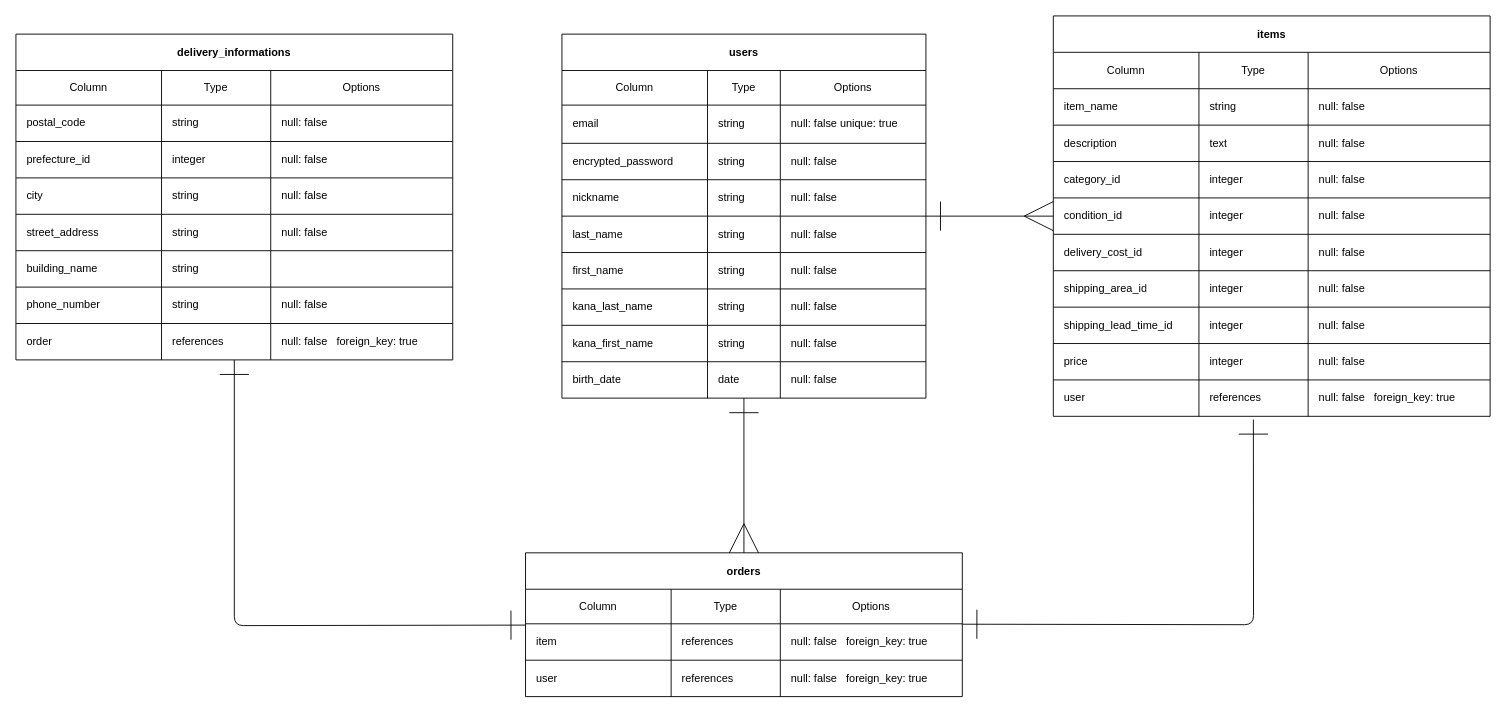
Before: ER.dio in rkmr17/furima-39418, a draw.io diagram. Source tidied: cells renumbered, new cells numbered last; positions are measured from the earlier drawing's top-left corner, leaving out a move shared by most shapes. Both pictures are drawn from the tidied source at 91%, with x=0, y=0 at pixel (15, 15).
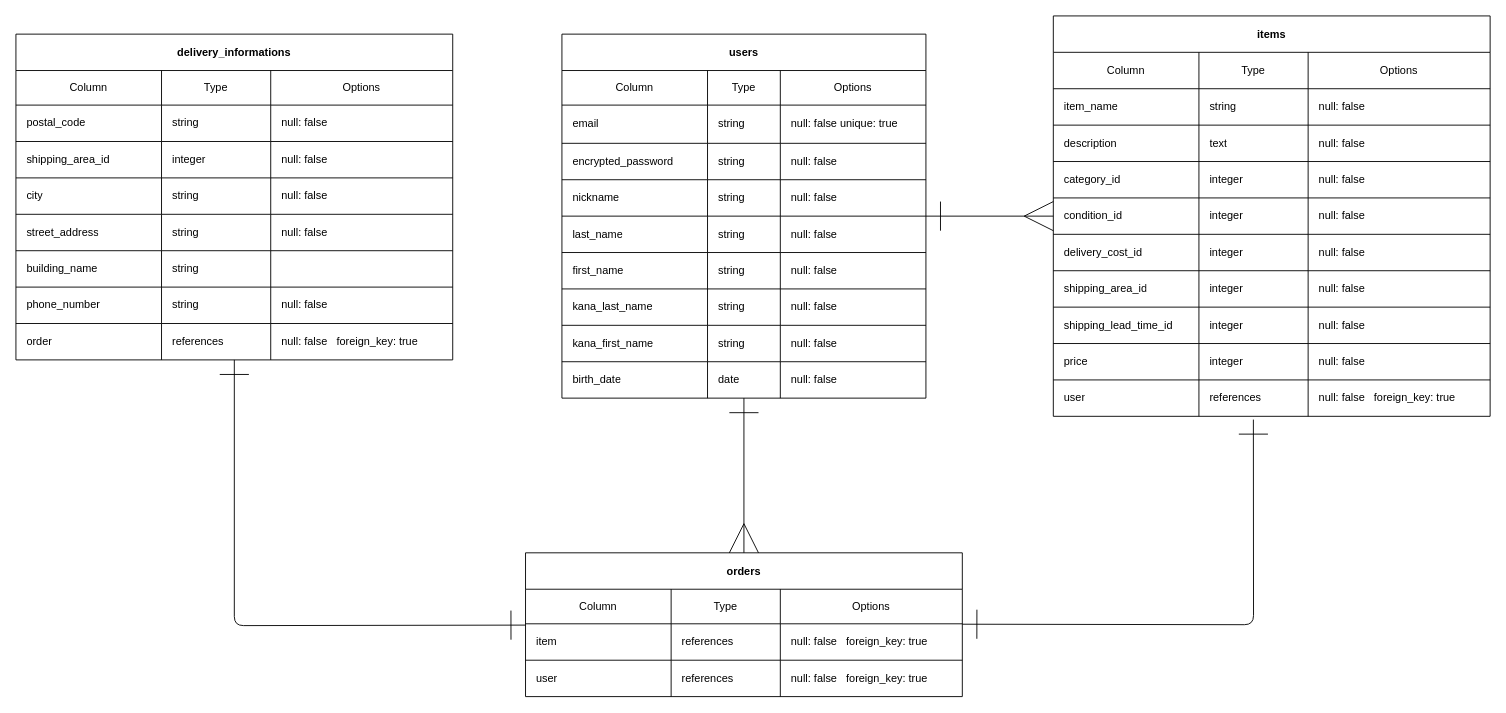
The same page after the edit.

Commit message (it also covers changes not shown here):
テーブル設計

The change refers to these unchanged cells:
```xml
<mxCell id="105" style="shape=tableRow;horizontal=0;startSize=0;swimlaneHead=0;swimlaneBody=0;top=0;left=0;bottom=0;right=0;align=left;spacingLeft=10;fillColor=none;" parent="96" vertex="1">
  <mxGeometry y="118" width="480" height="40" as="geometry" />
</mxCell>
```

Change to the diagram source:
```diff
@@
-    <mxCell id="106" value="prefecture_id" style="shape=partialRectangle;html=1;whiteSpace=wrap;top=0;left=0;bottom=0;right=0;overflow=hidden;align=left;spacingLeft=10;fillColor=none;" parent="105" vertex="1">
+    <mxCell id="106" value="shipping_area_id" style="shape=partialRectangle;html=1;whiteSpace=wrap;top=0;left=0;bottom=0;right=0;overflow=hidden;align=left;spacingLeft=10;fillColor=none;" parent="105" vertex="1">
       <mxGeometry width="160" height="40" as="geometry" />
     </mxCell>
```
